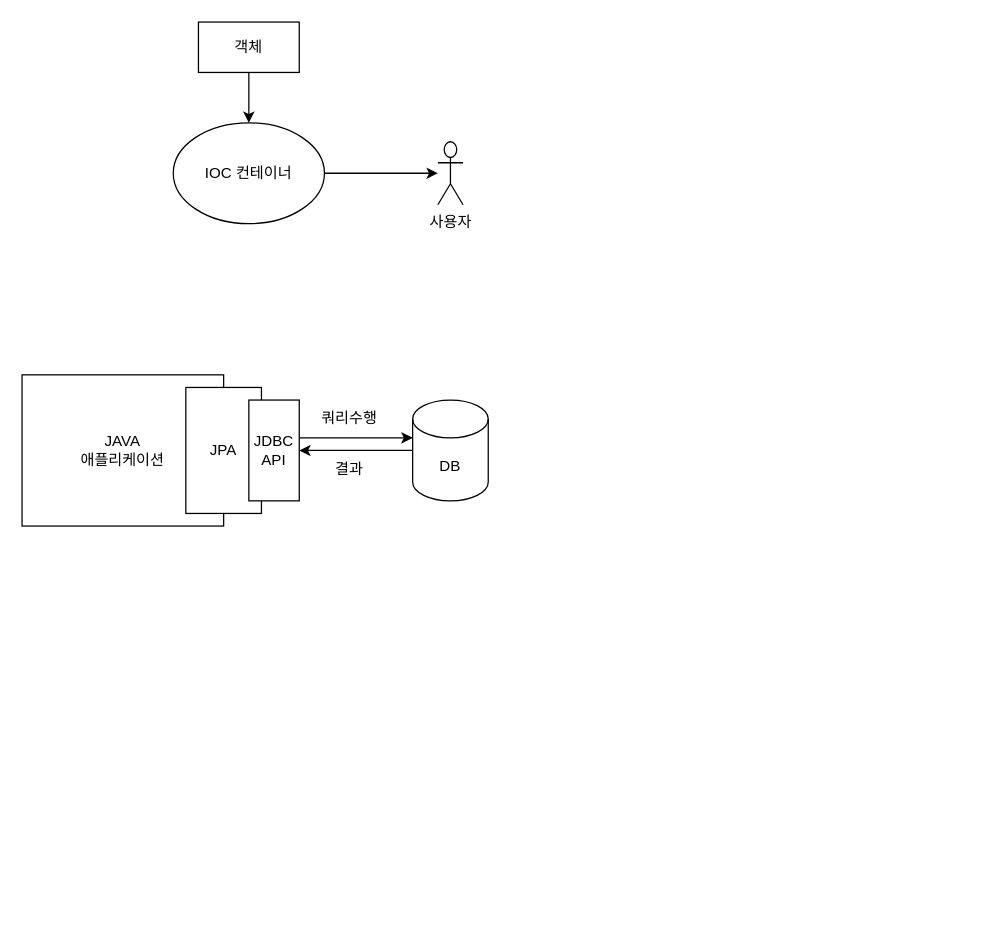
Earlier version of the draw.io diagram chapter2.drawio (SongYoungMin-304/InflearnDraw.io). Source tidied: cells renumbered, new cells numbered last; positions are measured from the earlier drawing's top-left corner, leaving out a move shared by most shapes. Both pictures are drawn from the tidied source at 126%, with x=0, y=0 at pixel (21, 21).
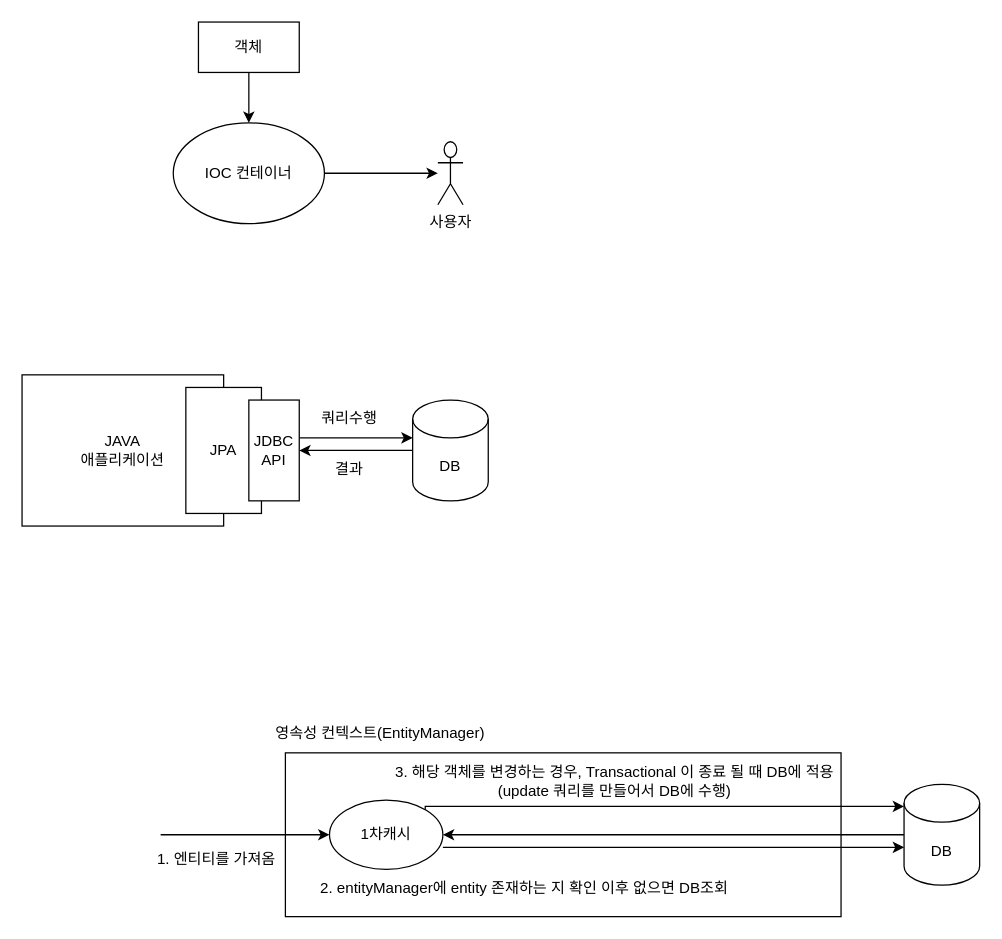
Above is the later version.

Diff of the diagram source:
```diff
@@
+    <mxCell id="15" style="rounded=0;whiteSpace=wrap;html=1;" parent="1" vertex="1">
+      <mxGeometry x="209" y="580" width="441" height="130" as="geometry" />
+    </mxCell>
+    <mxCell id="16" style="edgeStyle=orthogonalEdgeStyle;rounded=0;orthogonalLoop=1;jettySize=auto;html=1;entryX=0;entryY=0.5;entryDx=0;entryDy=0;entryPerimeter=0;exitX=1;exitY=0.5;exitDx=0;exitDy=0;" parent="1" edge="1">
+      <mxGeometry relative="1" as="geometry">
+        <mxPoint x="334" y="655" as="sourcePoint" />
+        <mxPoint x="700" y="655" as="targetPoint" />
+      </mxGeometry>
+    </mxCell>
+    <mxCell id="17" value="영속성 컨텍스트(EntityManager)" style="text;html=1;align=center;verticalAlign=middle;strokeColor=none;fillColor=none;" parent="1" vertex="1">
+      <mxGeometry x="194" y="550" width="180" height="30" as="geometry" />
+    </mxCell>
+    <mxCell id="18" value="1차캐시" style="ellipse;whiteSpace=wrap;html=1;" parent="1" vertex="1">
+      <mxGeometry x="244" y="617.5" width="90" height="55" as="geometry" />
+    </mxCell>
+    <mxCell id="19" style="endArrow=classic;html=1;rounded=0;entryX=0;entryY=0.5;entryDx=0;entryDy=0;" parent="1" edge="1" target="18">
+      <mxGeometry relative="1" as="geometry">
+        <mxPoint x="110" y="645" as="sourcePoint" />
+      </mxGeometry>
+    </mxCell>
+    <mxCell id="20" value="1. 엔티티를 가져옴" style="text;html=1;align=center;verticalAlign=middle;strokeColor=none;fillColor=none;" parent="1" vertex="1">
+      <mxGeometry x="99" y="650" width="110" height="30" as="geometry" />
+    </mxCell>
+    <mxCell id="21" style="edgeStyle=orthogonalEdgeStyle;rounded=0;jettySize=auto;html=1;entryX=1;entryY=0.5;entryDx=0;entryDy=0;" parent="1" edge="1" source="22" target="18">
+      <mxGeometry relative="1" as="geometry" />
+    </mxCell>
+    <mxCell id="22" value="DB" style="shape=cylinder3;whiteSpace=wrap;html=1;boundedLbl=1;backgroundOutline=1;size=15;" parent="1" vertex="1">
+      <mxGeometry x="700" y="605" width="60" height="80" as="geometry" />
+    </mxCell>
+    <mxCell id="23" value="2. entityManager에 entity 존재하는 지 확인 이후 없으면 DB조회&amp;nbsp;" style="text;html=1;align=center;verticalAlign=middle;strokeColor=none;fillColor=none;" parent="1" vertex="1">
+      <mxGeometry x="230" y="672.5" width="340" height="30" as="geometry" />
+    </mxCell>
+    <mxCell id="24" value="3. 해당 객체를 변경하는 경우, Transactional 이 종료 될 때 DB에 적용&lt;br&gt;(update 쿼리를 만들어서 DB에 수행)" style="text;html=1;align=center;verticalAlign=middle;strokeColor=none;fillColor=none;" parent="1" vertex="1">
+      <mxGeometry x="290" y="582.5" width="360" height="40" as="geometry" />
+    </mxCell>
+    <mxCell id="25" style="edgeStyle=orthogonalEdgeStyle;rounded=0;orthogonalLoop=1;jettySize=auto;html=1;entryX=0;entryY=0;entryDx=0;entryDy=15;entryPerimeter=0;exitX=1;exitY=0.5;exitDx=0;exitDy=0;" parent="1" edge="1">
+      <mxGeometry relative="1" as="geometry">
+        <mxPoint x="320" y="625" as="sourcePoint" />
+        <mxPoint x="700" y="622.5" as="targetPoint" />
+        <Array as="points">
+          <mxPoint x="320" y="622.5" />
+        </Array>
+      </mxGeometry>
+    </mxCell>
```
